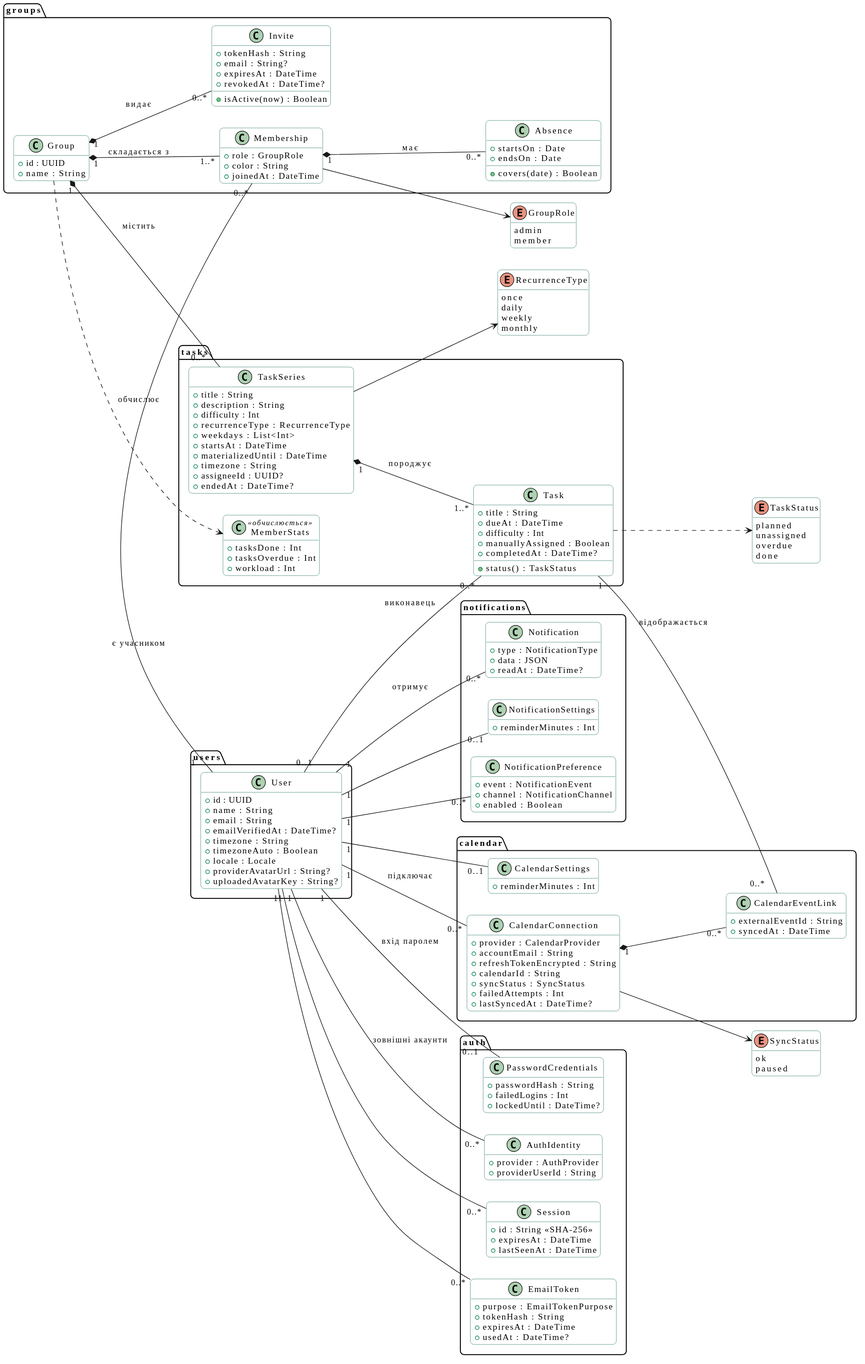
Earlier version of the PlantUML export docs/diagrams/class/svg/domain-model.svg (mzabrodin/Errandly).
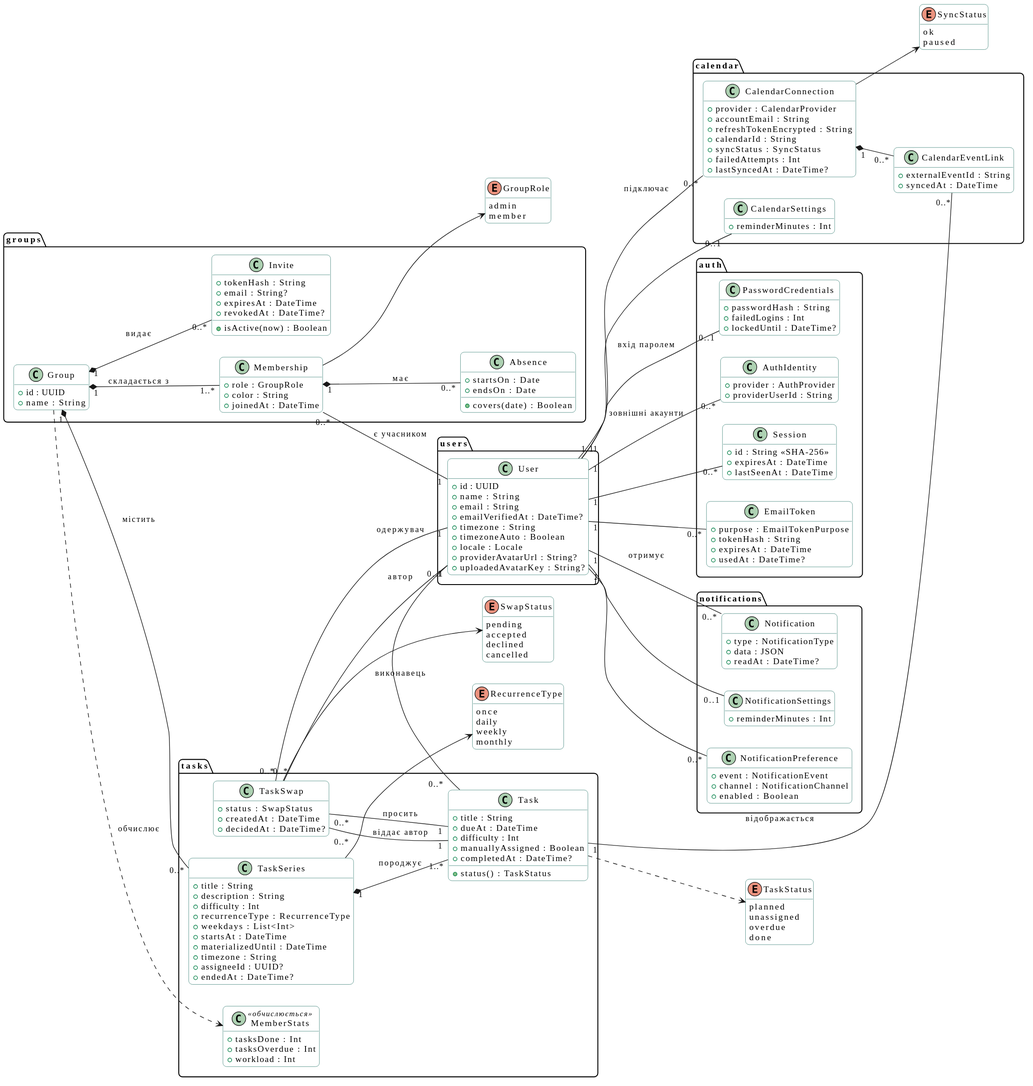
After the commit.

What changed in the source:
```diff
@@ -95,6 +95,11 @@
     +completedAt : DateTime?
     +status() : TaskStatus
   }
+  class TaskSwap {
+    +status : SwapStatus
+    +createdAt : DateTime
+    +decidedAt : DateTime?
+  }
   class MemberStats <<обчислюється>> {
     +tasksDone : Int
     +tasksOverdue : Int
@@ -153,6 +158,12 @@
   weekly
   monthly
 }
+enum SwapStatus {
+  pending
+  accepted
+  declined
+  cancelled
+}
 enum SyncStatus {
   ok
   paused
@@ -169,6 +180,10 @@
 Group "1" *-- "0..*" TaskSeries : містить
 TaskSeries "1" *-- "1..*" Task : породжує
 Task "0..*" -- "0..1" User : виконавець
+TaskSwap "0..*" -- "1" Task : віддає автор
+TaskSwap "0..*" -- "1" Task : просить
+TaskSwap "0..*" -- "1" User : автор
+TaskSwap "0..*" -- "1" User : одержувач
 Group ..> MemberStats : обчислює
 User "1" -- "0..*" Notification : отримує
 User "1" -- "0..1" NotificationSettings
@@ -180,5 +195,6 @@
 Membership --> GroupRole
 Task ..> TaskStatus
 TaskSeries --> RecurrenceType
+TaskSwap --> SwapStatus
 CalendarConnection --> SyncStatus
 @enduml
```
